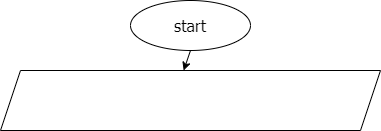
Before: test1/bs.drawio.png, a diagram exported from draw.io (ElenaPantel/test). Source tidied: cells renumbered, new cells last; positions are measured from the earlier drawing's top-left corner, leaving out a move shared by most shapes. Its diagram source:
```xml
<mxGraphModel>
  <root>
    <mxCell id="0" />
    <mxCell id="1" parent="0" />
    <mxCell id="2" style="edgeStyle=none;html=1;exitX=0.5;exitY=1;exitDx=0;exitDy=0;entryX=0.482;entryY=0;entryDx=0;entryDy=0;entryPerimeter=0;fontFamily=Tahoma;fontSize=14;" parent="1" edge="1" source="3" target="4">
      <mxGeometry relative="1" as="geometry" />
    </mxCell>
    <mxCell id="3" value="&lt;font size=&quot;3&quot; face=&quot;Tahoma&quot;&gt;start&lt;/font&gt;" style="ellipse;whiteSpace=wrap;html=1;" parent="1" vertex="1">
      <mxGeometry x="130" width="120" height="50" as="geometry" />
    </mxCell>
    <mxCell id="4" value="&lt;div style=&quot;color: rgb(212 , 212 , 212) ; background-color: rgb(30 , 30 , 30) ; font-family: &amp;#34;consolas&amp;#34; , &amp;#34;courier new&amp;#34; , monospace ; line-height: 19px&quot;&gt;&lt;br&gt;&lt;/div&gt;" style="shape=parallelogram;perimeter=parallelogramPerimeter;whiteSpace=wrap;html=1;fixedSize=1;fontFamily=Tahoma;fontSize=14;" parent="1" vertex="1">
      <mxGeometry y="70" width="380" height="60" as="geometry" />
    </mxCell>
  </root>
</mxGraphModel>
```
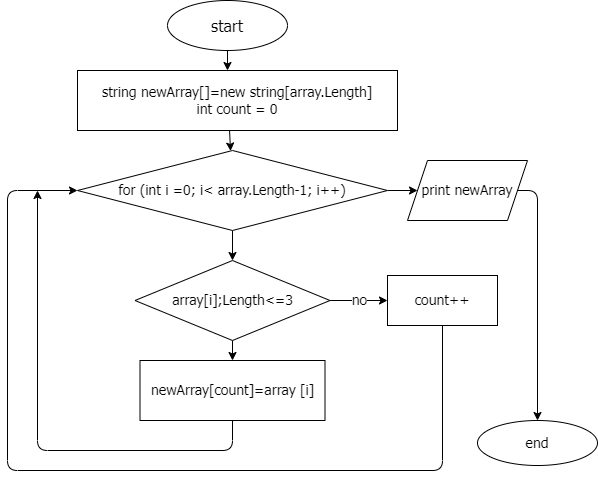
Above is the later version.

Commit message:
Block-schema added

Change to the diagram source:
```diff
@@ -2,14 +2,74 @@
   <root>
     <mxCell id="0" />
     <mxCell id="1" parent="0" />
-    <mxCell id="2" style="edgeStyle=none;html=1;exitX=0.5;exitY=1;exitDx=0;exitDy=0;entryX=0.482;entryY=0;entryDx=0;entryDy=0;entryPerimeter=0;fontFamily=Tahoma;fontSize=14;" parent="1" edge="1" source="3" target="4">
-      <mxGeometry relative="1" as="geometry" />
+    <mxCell id="2" style="edgeStyle=none;html=1;exitX=0.5;exitY=1;exitDx=0;exitDy=0;fontFamily=Tahoma;fontSize=14;" parent="1" edge="1" source="3">
+      <mxGeometry relative="1" as="geometry">
+        <mxPoint x="190" y="70" as="targetPoint" />
+      </mxGeometry>
     </mxCell>
     <mxCell id="3" value="&lt;font size=&quot;3&quot; face=&quot;Tahoma&quot;&gt;start&lt;/font&gt;" style="ellipse;whiteSpace=wrap;html=1;" parent="1" vertex="1">
       <mxGeometry x="130" width="120" height="50" as="geometry" />
     </mxCell>
-    <mxCell id="4" value="&lt;div style=&quot;color: rgb(212 , 212 , 212) ; background-color: rgb(30 , 30 , 30) ; font-family: &amp;#34;consolas&amp;#34; , &amp;#34;courier new&amp;#34; , monospace ; line-height: 19px&quot;&gt;&lt;br&gt;&lt;/div&gt;" style="shape=parallelogram;perimeter=parallelogramPerimeter;whiteSpace=wrap;html=1;fixedSize=1;fontFamily=Tahoma;fontSize=14;" parent="1" vertex="1">
-      <mxGeometry y="70" width="380" height="60" as="geometry" />
-    </mxCell>
+    <mxCell id="5" style="edgeStyle=none;html=1;exitX=0.475;exitY=0.983;exitDx=0;exitDy=0;fontFamily=Tahoma;fontSize=14;exitPerimeter=0;" parent="1" edge="1" source="6" target="9">
+      <mxGeometry relative="1" as="geometry" />
+    </mxCell>
+    <mxCell id="6" value="&lt;span&gt;string newArray[]=new string[array.Length]&lt;br&gt;int count = 0&lt;br&gt;&lt;/span&gt;" style="rounded=0;whiteSpace=wrap;html=1;fontFamily=Tahoma;fontSize=14;" parent="1" vertex="1">
+      <mxGeometry x="40" y="70" width="320" height="60" as="geometry" />
+    </mxCell>
+    <mxCell id="7" style="edgeStyle=none;html=1;exitX=0.5;exitY=1;exitDx=0;exitDy=0;entryX=0.5;entryY=0;entryDx=0;entryDy=0;fontFamily=Tahoma;fontSize=14;" parent="1" edge="1" source="9" target="12">
+      <mxGeometry relative="1" as="geometry" />
+    </mxCell>
+    <mxCell id="8" style="edgeStyle=none;html=1;exitX=1;exitY=0.5;exitDx=0;exitDy=0;fontFamily=Tahoma;fontSize=14;" parent="1" edge="1" source="9" target="18">
+      <mxGeometry relative="1" as="geometry" />
+    </mxCell>
+    <mxCell id="9" value="for (int i =0; i&amp;lt; array.Length-1; i++)" style="rhombus;whiteSpace=wrap;html=1;fontFamily=Tahoma;fontSize=14;" parent="1" vertex="1">
+      <mxGeometry x="40" y="150" width="310" height="80" as="geometry" />
+    </mxCell>
+    <mxCell id="10" style="edgeStyle=none;html=1;exitX=0.5;exitY=1;exitDx=0;exitDy=0;entryX=0.5;entryY=0;entryDx=0;entryDy=0;fontFamily=Tahoma;fontSize=14;" parent="1" edge="1" source="12" target="14">
+      <mxGeometry relative="1" as="geometry" />
+    </mxCell>
+    <mxCell id="11" value="no" style="edgeStyle=none;html=1;exitX=1;exitY=0.5;exitDx=0;exitDy=0;entryX=0;entryY=0.5;entryDx=0;entryDy=0;fontFamily=Tahoma;fontSize=14;" parent="1" edge="1" source="12" target="16">
+      <mxGeometry relative="1" as="geometry" />
+    </mxCell>
+    <mxCell id="12" value="array[i];Length&amp;lt;=3" style="rhombus;whiteSpace=wrap;html=1;fontFamily=Tahoma;fontSize=14;" parent="1" vertex="1">
+      <mxGeometry x="97.5" y="260" width="195" height="80" as="geometry" />
+    </mxCell>
+    <mxCell id="13" style="edgeStyle=none;html=1;exitX=0.5;exitY=1;exitDx=0;exitDy=0;fontFamily=Tahoma;fontSize=14;" parent="1" edge="1" source="14">
+      <mxGeometry relative="1" as="geometry">
+        <mxPoint y="190" as="targetPoint" />
+        <Array as="points">
+          <mxPoint x="195" y="450" />
+          <mxPoint y="450" />
+        </Array>
+      </mxGeometry>
+    </mxCell>
+    <mxCell id="14" value="newArray[count]=array [i]" style="rounded=0;whiteSpace=wrap;html=1;fontFamily=Tahoma;fontSize=14;" parent="1" vertex="1">
+      <mxGeometry x="102.5" y="360" width="185" height="60" as="geometry" />
+    </mxCell>
+    <mxCell id="15" style="edgeStyle=none;html=1;exitX=0.5;exitY=1;exitDx=0;exitDy=0;fontFamily=Tahoma;fontSize=14;entryX=0;entryY=0.5;entryDx=0;entryDy=0;" parent="1" edge="1" source="16" target="9">
+      <mxGeometry relative="1" as="geometry">
+        <Array as="points">
+          <mxPoint x="405" y="470" />
+          <mxPoint x="-30" y="470" />
+          <mxPoint x="-30" y="190" />
+        </Array>
+      </mxGeometry>
+    </mxCell>
+    <mxCell id="16" value="count++" style="rounded=0;whiteSpace=wrap;html=1;fontFamily=Tahoma;fontSize=14;" parent="1" vertex="1">
+      <mxGeometry x="350" y="275" width="110" height="50" as="geometry" />
+    </mxCell>
+    <mxCell id="17" style="edgeStyle=none;html=1;exitX=1;exitY=0.5;exitDx=0;exitDy=0;fontFamily=Tahoma;fontSize=14;" parent="1" edge="1" source="18" target="19">
+      <mxGeometry relative="1" as="geometry">
+        <Array as="points">
+          <mxPoint x="500" y="190" />
+        </Array>
+      </mxGeometry>
+    </mxCell>
+    <mxCell id="18" value="print newArray" style="shape=parallelogram;perimeter=parallelogramPerimeter;whiteSpace=wrap;html=1;fixedSize=1;fontFamily=Tahoma;fontSize=14;" parent="1" vertex="1">
+      <mxGeometry x="370" y="160" width="120" height="60" as="geometry" />
+    </mxCell>
+    <mxCell id="19" value="end" style="ellipse;whiteSpace=wrap;html=1;fontFamily=Tahoma;fontSize=14;" parent="1" vertex="1">
+      <mxGeometry x="440" y="420" width="120" height="45" as="geometry" />
+    </mxCell>
   </root>
 </mxGraphModel>
```
